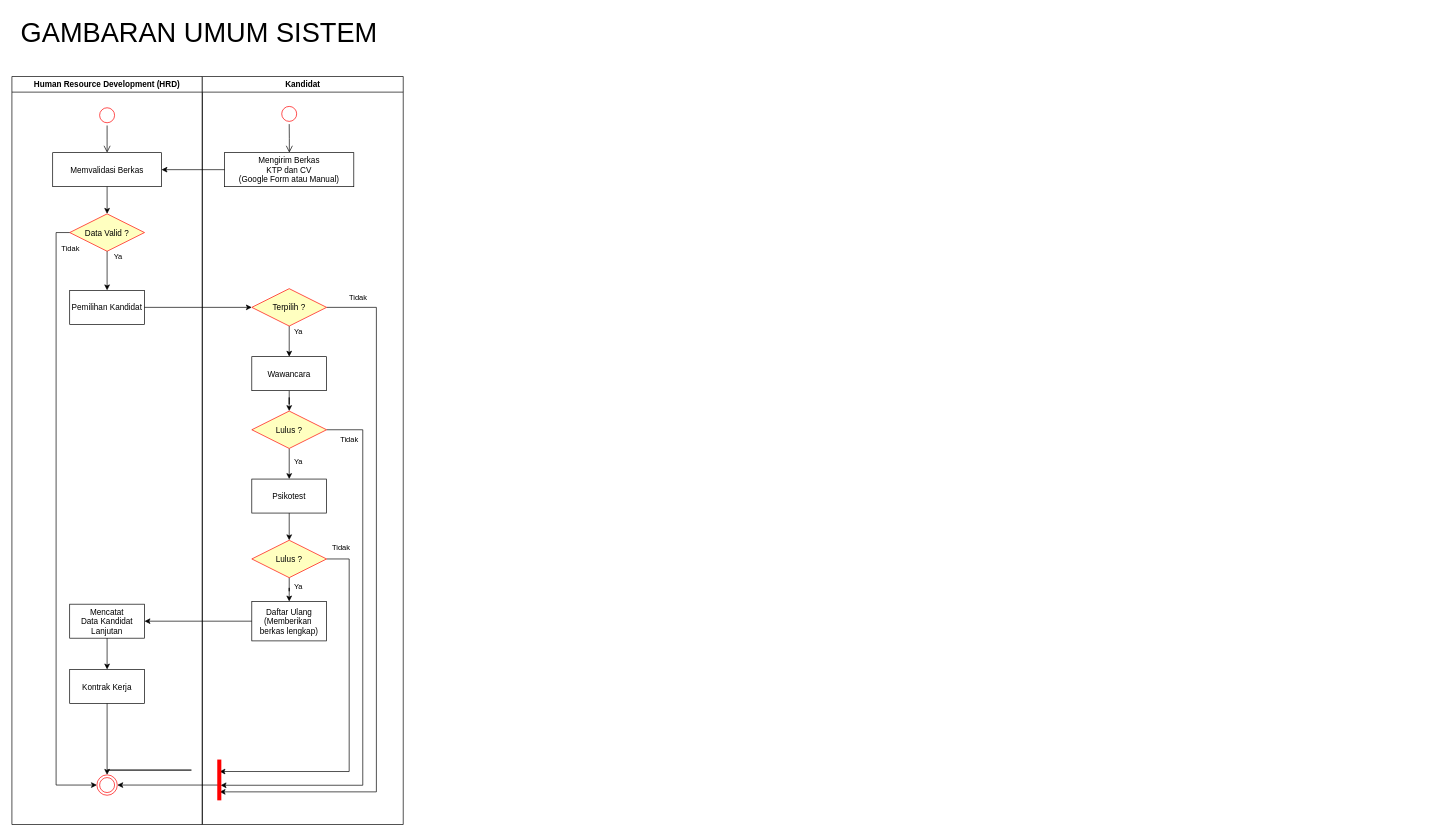
This is Gambaran Umum.drawio from ceceprokani/Diagram-Skripsi, a draw.io file, before an edit. Source tidied: cells renumbered, new cells numbered last; positions are measured from the earlier drawing's top-left corner, leaving out a move shared by most shapes. Both pictures are drawn from the tidied source at 68%, with x=0, y=0 at pixel (12, 12).
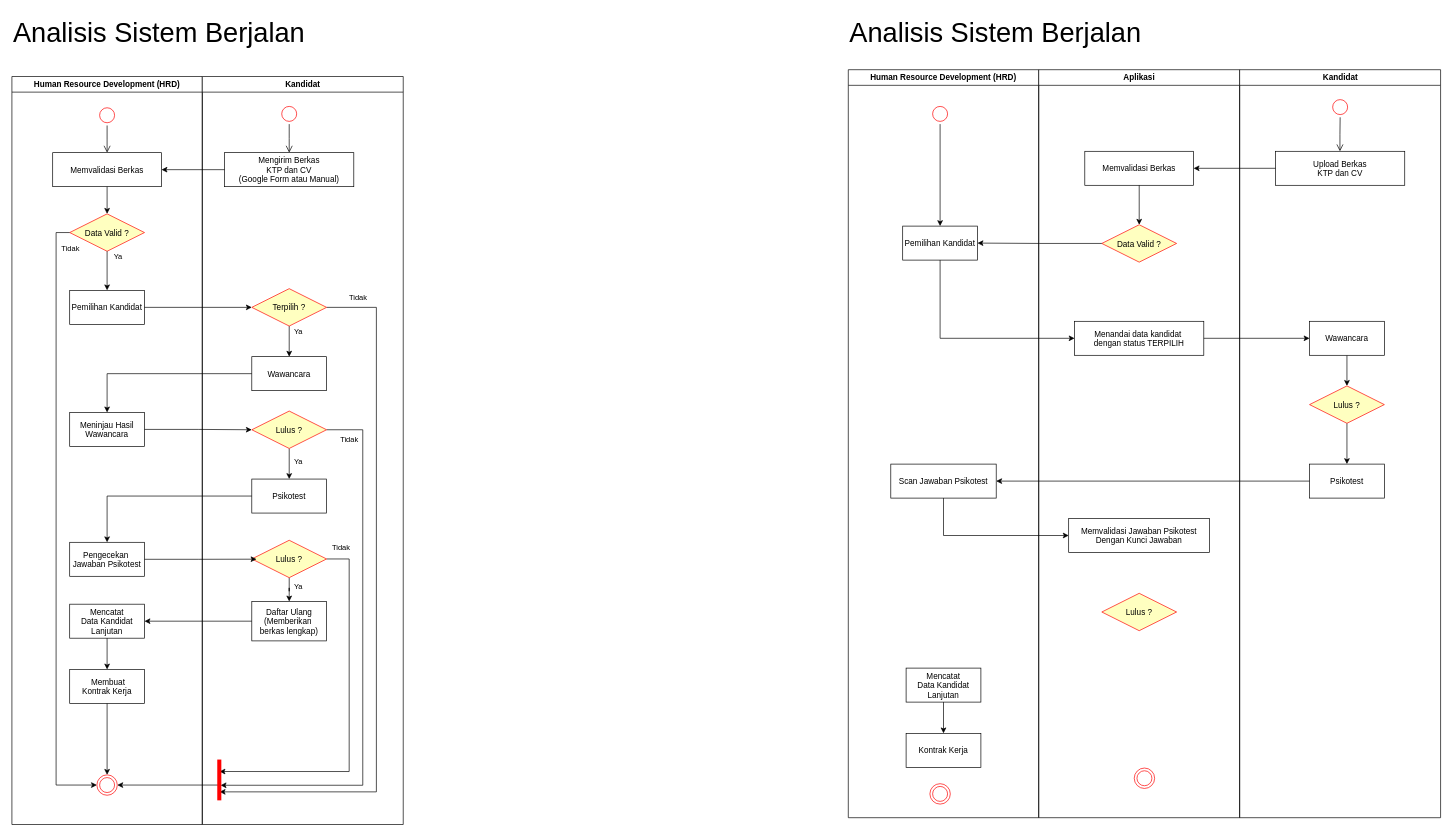
The same page after the edit.

Unchanged cells that the change refers to:
```xml
<mxCell id="2" value="Human Resource Development (HRD)" style="swimlane;whiteSpace=wrap;" parent="1" vertex="1">
  <mxGeometry y="95" width="280" height="1100" as="geometry" />
</mxCell>
<mxCell id="11" value="Kandidat" style="swimlane;whiteSpace=wrap;" parent="1" vertex="1">
  <mxGeometry x="280" y="95" width="295.5" height="1100" as="geometry" />
</mxCell>
<mxCell id="12" style="ellipse;shape=startState;fillColor=#FFFFFF;strokeColor=#ff0000;" parent="11" vertex="1">
  <mxGeometry x="112.8" y="40" width="30" height="30" as="geometry" />
</mxCell>
<mxCell id="26" value="Mengirim Berkas&#10;KTP dan CV&#10;(Google Form atau Manual)" parent="11" vertex="1">
  <mxGeometry x="32.8" y="112" width="190" height="50" as="geometry" />
</mxCell>
<mxCell id="32" value="Wawancara" parent="11" vertex="1">
  <mxGeometry x="72.8" y="412" width="110" height="50" as="geometry" />
</mxCell>
<mxCell id="33" value="Lulus ?" style="rhombus;fillColor=#ffffc0;strokeColor=#ff0000;" parent="11" vertex="1">
  <mxGeometry x="72.8" y="492" width="110" height="55" as="geometry" />
</mxCell>
<mxCell id="34" value="Psikotest" parent="11" vertex="1">
  <mxGeometry x="72.8" y="592" width="110" height="50" as="geometry" />
</mxCell>
<mxCell id="35" value="Lulus ?" style="rhombus;fillColor=#ffffc0;strokeColor=#ff0000;" parent="11" vertex="1">
  <mxGeometry x="72.8" y="682" width="110" height="55" as="geometry" />
</mxCell>
<mxCell id="37" style="ellipse;html=1;shape=endState;fillColor=#FFFFFF;strokeColor=#ff0000;" parent="11" vertex="1">
  <mxGeometry x="-155" y="1027" width="30" height="30" as="geometry" />
</mxCell>
```

Change to the diagram source:
```diff
@@
-    <mxCell id="9" value="Kontrak Kerja" parent="2" vertex="1">
+    <mxCell id="9" value=" Membuat&#10;Kontrak Kerja" parent="2" vertex="1">
       <mxGeometry x="85" y="872" width="110" height="50" as="geometry" />
     </mxCell>
@@
+    <mxCell id="48" value="Pengecekan &#10;Jawaban Psikotest" parent="2" vertex="1">
+      <mxGeometry x="85" y="685" width="110" height="50" as="geometry" />
+    </mxCell>
+    <mxCell id="49" value="Meninjau Hasil&#10;Wawancara" parent="2" vertex="1">
+      <mxGeometry x="85" y="494" width="110" height="50" as="geometry" />
+    </mxCell>
@@
-    <mxCell id="13" style="edgeStyle=elbowEdgeStyle;elbow=horizontal;verticalAlign=bottom;endArrow=open;endSize=8;strokeColor=#000000;endFill=1;rounded=0;" parent="11" edge="1" source="12" target="26">
+    <mxCell id="13" style="edgeStyle=elbowEdgeStyle;elbow=vertical;verticalAlign=bottom;endArrow=open;endSize=8;strokeColor=#000000;endFill=1;rounded=0;" parent="11" edge="1" source="12" target="26">
       <mxGeometry x="40" y="20" as="geometry" />
     </mxCell>
@@
-    <mxCell id="18" style="edgeStyle=orthogonalEdgeStyle;rounded=0;jettySize=auto;html=1;" parent="11" edge="1" source="32" target="33">
-      <mxGeometry relative="1" as="geometry" />
-    </mxCell>
@@
-    <mxCell id="23" style="edgeStyle=orthogonalEdgeStyle;rounded=0;jettySize=auto;html=1;exitX=0.5;exitY=1;exitDx=0;exitDy=0;" parent="11" edge="1" source="34" target="35">
-      <mxGeometry relative="1" as="geometry" />
-    </mxCell>
@@
+    <mxCell id="47" value="Analisis Sistem Berjalan" style="text;html=1;align=left;verticalAlign=middle;strokeColor=none;fillColor=none;fontSize=40;" parent="1" vertex="1">
+      <mxGeometry width="450" height="60" as="geometry" />
+    </mxCell>
-    <mxCell id="46" style="edgeStyle=orthogonalEdgeStyle;rounded=0;jettySize=auto;html=1;exitX=0.5;exitY=1;exitDx=0;exitDy=0;entryX=0.5;entryY=0;entryDx=0;entryDy=0;" parent="1" edge="1" source="9" target="37">
-      <mxGeometry relative="1" as="geometry">
-        <Array as="points">
-          <mxPoint x="264" y="1115" />
-          <mxPoint x="264" y="1115" />
-        </Array>
-      </mxGeometry>
+    <mxCell id="46" style="edgeStyle=orthogonalEdgeStyle;rounded=0;jettySize=auto;html=1;exitX=0.5;exitY=1;exitDx=0;exitDy=0;" parent="1" edge="1" source="9" target="37">
+      <mxGeometry relative="1" as="geometry" />
     </mxCell>
-    <mxCell id="47" value="GAMBARAN UMUM SISTEM" style="text;html=1;align=center;verticalAlign=middle;strokeColor=none;fillColor=none;fontSize=40;" parent="1" vertex="1">
-      <mxGeometry width="550" height="60" as="geometry" />
-    </mxCell>
+    <mxCell id="50" value="Analisis Sistem Berjalan" style="text;html=1;align=left;verticalAlign=middle;strokeColor=none;fillColor=none;fontSize=40;" parent="1" vertex="1">
+      <mxGeometry x="1230" width="450" height="60" as="geometry" />
+    </mxCell>
+    <mxCell id="51" value="Human Resource Development (HRD)" style="swimlane;whiteSpace=wrap;" parent="1" vertex="1">
+      <mxGeometry x="1230" y="85" width="280" height="1100" as="geometry" />
+    </mxCell>
+    <mxCell id="52" style="edgeStyle=orthogonalEdgeStyle;rounded=0;jettySize=auto;html=1;exitX=0.5;exitY=1;exitDx=0;exitDy=0;" parent="51" edge="1" source="53" target="57">
+      <mxGeometry relative="1" as="geometry" />
+    </mxCell>
+    <mxCell id="53" style="ellipse;shape=startState;fillColor=#FFFFFF;strokeColor=#ff0000;" parent="51" vertex="1">
+      <mxGeometry x="120" y="50" width="30" height="30" as="geometry" />
+    </mxCell>
+    <mxCell id="54" value="Mencatat&#10;Data Kandidat&#10;Lanjutan" parent="51" vertex="1">
+      <mxGeometry x="85" y="880" width="110" height="50" as="geometry" />
+    </mxCell>
+    <mxCell id="55" value="Kontrak Kerja" parent="51" vertex="1">
+      <mxGeometry x="85" y="976" width="110" height="50" as="geometry" />
+    </mxCell>
+    <mxCell id="56" style="edgeStyle=orthogonalEdgeStyle;rounded=0;jettySize=auto;html=1;exitX=0.5;exitY=1;exitDx=0;exitDy=0;entryX=0.5;entryY=0;entryDx=0;entryDy=0;" parent="51" edge="1" source="54" target="55">
+      <mxGeometry relative="1" as="geometry" />
+    </mxCell>
+    <mxCell id="57" value="Pemilihan Kandidat" parent="51" vertex="1">
+      <mxGeometry x="80" y="230" width="110" height="50" as="geometry" />
+    </mxCell>
+    <mxCell id="58" value="Scan Jawaban Psikotest" parent="51" vertex="1">
+      <mxGeometry x="62.5" y="580" width="155" height="50" as="geometry" />
+    </mxCell>
+    <mxCell id="59" style="ellipse;html=1;shape=endState;fillColor=#FFFFFF;strokeColor=#ff0000;" parent="51" vertex="1">
+      <mxGeometry x="120" y="1050" width="30" height="30" as="geometry" />
+    </mxCell>
+    <mxCell id="60" value="Aplikasi" style="swimlane;whiteSpace=wrap;startSize=23;" parent="1" vertex="1">
+      <mxGeometry x="1510" y="85" width="295.5" height="1100" as="geometry" />
+    </mxCell>
+    <mxCell id="61" value="Menandai data kandidat &#10;dengan status TERPILIH" parent="60" vertex="1">
+      <mxGeometry x="52.8" y="370" width="190" height="50" as="geometry" />
+    </mxCell>
+    <mxCell id="62" value="Memvalidasi Berkas" parent="60" vertex="1">
+      <mxGeometry x="67.8" y="120" width="160" height="50" as="geometry" />
+    </mxCell>
+    <mxCell id="63" value="Data Valid ?" style="rhombus;fillColor=#ffffc0;strokeColor=#ff0000;" parent="60" vertex="1">
+      <mxGeometry x="92.8" y="228" width="110" height="55" as="geometry" />
+    </mxCell>
+    <mxCell id="64" style="edgeStyle=orthogonalEdgeStyle;rounded=0;jettySize=auto;html=1;exitX=0.5;exitY=1;exitDx=0;exitDy=0;" parent="60" edge="1" source="62" target="63">
+      <mxGeometry relative="1" as="geometry" />
+    </mxCell>
+    <mxCell id="65" value="Memvalidasi Jawaban Psikotest&#10;Dengan Kunci Jawaban" parent="60" vertex="1">
+      <mxGeometry x="44.1" y="660" width="207.2" height="50" as="geometry" />
+    </mxCell>
+    <mxCell id="66" value="Lulus ?" style="rhombus;fillColor=#ffffc0;strokeColor=#ff0000;" parent="60" vertex="1">
+      <mxGeometry x="92.8" y="770" width="110" height="55" as="geometry" />
+    </mxCell>
+    <mxCell id="67" value="Kandidat" style="swimlane;whiteSpace=wrap;" parent="1" vertex="1">
+      <mxGeometry x="1805.5" y="85" width="295.5" height="1100" as="geometry" />
+    </mxCell>
+    <mxCell id="68" style="ellipse;shape=startState;fillColor=#FFFFFF;strokeColor=#ff0000;" parent="67" vertex="1">
+      <mxGeometry x="132.8" y="40" width="30" height="30" as="geometry" />
+    </mxCell>
+    <mxCell id="69" style="edgeStyle=elbowEdgeStyle;elbow=horizontal;verticalAlign=bottom;endArrow=open;endSize=8;strokeColor=#000000;endFill=1;rounded=0;" parent="67" edge="1" source="68" target="70">
+      <mxGeometry x="40" y="20" as="geometry" />
+    </mxCell>
+    <mxCell id="70" value="Upload Berkas&#10;KTP dan CV" parent="67" vertex="1">
+      <mxGeometry x="52.8" y="120" width="190" height="50" as="geometry" />
+    </mxCell>
+    <mxCell id="71" style="ellipse;html=1;shape=endState;fillColor=#FFFFFF;strokeColor=#ff0000;" parent="67" vertex="1">
+      <mxGeometry x="-155" y="1027" width="30" height="30" as="geometry" />
+    </mxCell>
+    <mxCell id="72" style="edgeStyle=orthogonalEdgeStyle;rounded=0;jettySize=auto;html=1;exitX=0.5;exitY=1;exitDx=0;exitDy=0;" parent="67" edge="1" source="73" target="76">
+      <mxGeometry relative="1" as="geometry" />
+    </mxCell>
+    <mxCell id="73" value="Wawancara" parent="67" vertex="1">
+      <mxGeometry x="102.8" y="370" width="110" height="50" as="geometry" />
+    </mxCell>
+    <mxCell id="74" value="Psikotest" parent="67" vertex="1">
+      <mxGeometry x="102.8" y="580" width="110" height="50" as="geometry" />
+    </mxCell>
+    <mxCell id="75" style="edgeStyle=orthogonalEdgeStyle;rounded=0;jettySize=auto;html=1;exitX=0.5;exitY=1;exitDx=0;exitDy=0;" parent="67" edge="1" source="76" target="74">
+      <mxGeometry relative="1" as="geometry" />
+    </mxCell>
+    <mxCell id="76" value="Lulus ?" style="rhombus;fillColor=#ffffc0;strokeColor=#ff0000;" parent="67" vertex="1">
+      <mxGeometry x="102.8" y="465" width="110" height="55" as="geometry" />
+    </mxCell>
+    <mxCell id="77" style="edgeStyle=orthogonalEdgeStyle;rounded=0;jettySize=auto;html=1;exitX=0;exitY=0.5;exitDx=0;exitDy=0;" parent="1" edge="1" source="70" target="62">
+      <mxGeometry relative="1" as="geometry" />
+    </mxCell>
+    <mxCell id="78" style="edgeStyle=orthogonalEdgeStyle;rounded=0;jettySize=auto;html=1;exitX=0;exitY=0.5;exitDx=0;exitDy=0;" parent="1" edge="1" source="63" target="57">
+      <mxGeometry relative="1" as="geometry" />
+    </mxCell>
+    <mxCell id="79" style="edgeStyle=orthogonalEdgeStyle;rounded=0;jettySize=auto;html=1;exitX=0.5;exitY=1;exitDx=0;exitDy=0;entryX=0;entryY=0.5;entryDx=0;entryDy=0;" parent="1" edge="1" source="57" target="61">
+      <mxGeometry relative="1" as="geometry" />
+    </mxCell>
+    <mxCell id="80" style="edgeStyle=orthogonalEdgeStyle;rounded=0;jettySize=auto;html=1;exitX=1;exitY=0.5;exitDx=0;exitDy=0;entryX=0;entryY=0.5;entryDx=0;entryDy=0;" parent="1" edge="1" source="61" target="73">
+      <mxGeometry relative="1" as="geometry" />
+    </mxCell>
+    <mxCell id="81" style="edgeStyle=orthogonalEdgeStyle;rounded=0;jettySize=auto;html=1;exitX=0;exitY=0.5;exitDx=0;exitDy=0;" parent="1" edge="1" source="74" target="58">
+      <mxGeometry relative="1" as="geometry" />
+    </mxCell>
+    <mxCell id="82" style="edgeStyle=orthogonalEdgeStyle;rounded=0;jettySize=auto;html=1;exitX=0.5;exitY=1;exitDx=0;exitDy=0;entryX=0;entryY=0.5;entryDx=0;entryDy=0;" parent="1" edge="1" source="58" target="65">
+      <mxGeometry relative="1" as="geometry" />
+    </mxCell>
+    <mxCell id="83" style="edgeStyle=orthogonalEdgeStyle;rounded=0;jettySize=auto;html=1;exitX=0;exitY=0.5;exitDx=0;exitDy=0;" parent="1" edge="1" source="34" target="48">
+      <mxGeometry relative="1" as="geometry" />
+    </mxCell>
+    <mxCell id="84" style="edgeStyle=orthogonalEdgeStyle;rounded=0;jettySize=auto;html=1;exitX=1;exitY=0.5;exitDx=0;exitDy=0;entryX=0.063;entryY=0.506;entryDx=0;entryDy=0;entryPerimeter=0;" parent="1" edge="1" source="48" target="35">
+      <mxGeometry relative="1" as="geometry" />
+    </mxCell>
+    <mxCell id="85" style="edgeStyle=orthogonalEdgeStyle;rounded=0;jettySize=auto;html=1;exitX=0;exitY=0.5;exitDx=0;exitDy=0;" parent="1" edge="1" source="32" target="49">
+      <mxGeometry relative="1" as="geometry" />
+    </mxCell>
+    <mxCell id="86" style="edgeStyle=orthogonalEdgeStyle;rounded=0;jettySize=auto;html=1;exitX=1;exitY=0.5;exitDx=0;exitDy=0;entryX=0;entryY=0.5;entryDx=0;entryDy=0;" parent="1" edge="1" source="49" target="33">
+      <mxGeometry relative="1" as="geometry" />
+    </mxCell>
```
